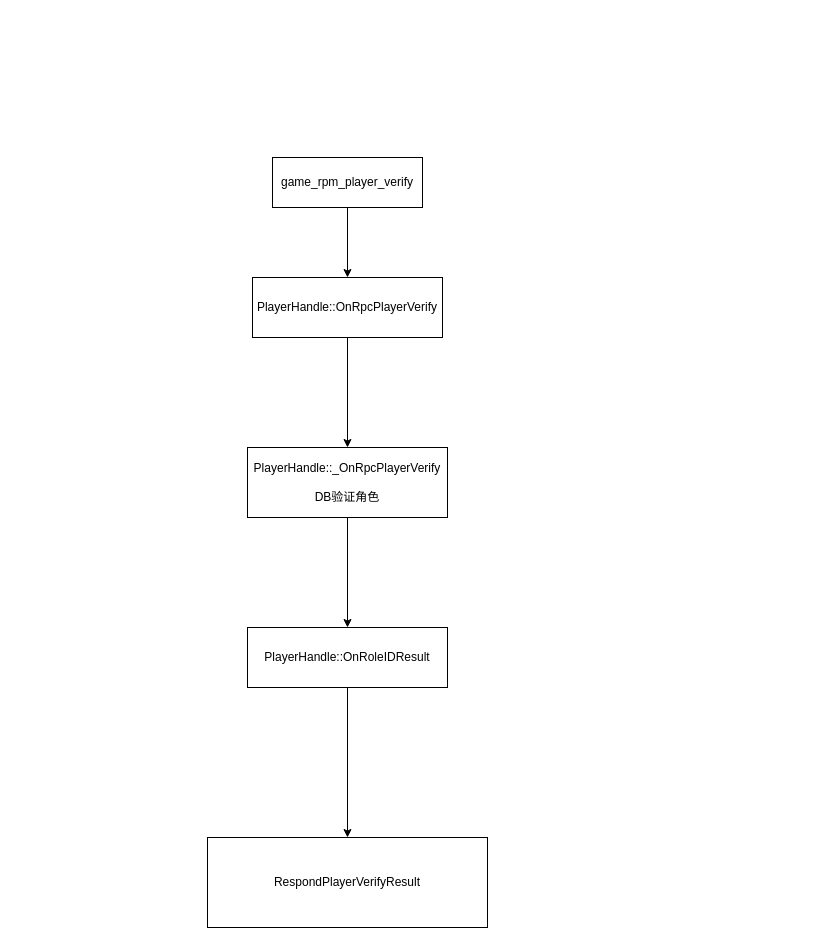
The draw.io diagram page "登录流程" (20 of 20) of FSM ds.drawio in a654889339/Base, before the edit. Source tidied: cells renumbered, new cells numbered last; positions are measured from the earlier drawing's top-left corner, leaving out a move shared by most shapes. Both pictures are drawn from the tidied source at 100%, with x=0, y=0 at pixel (207, 157).
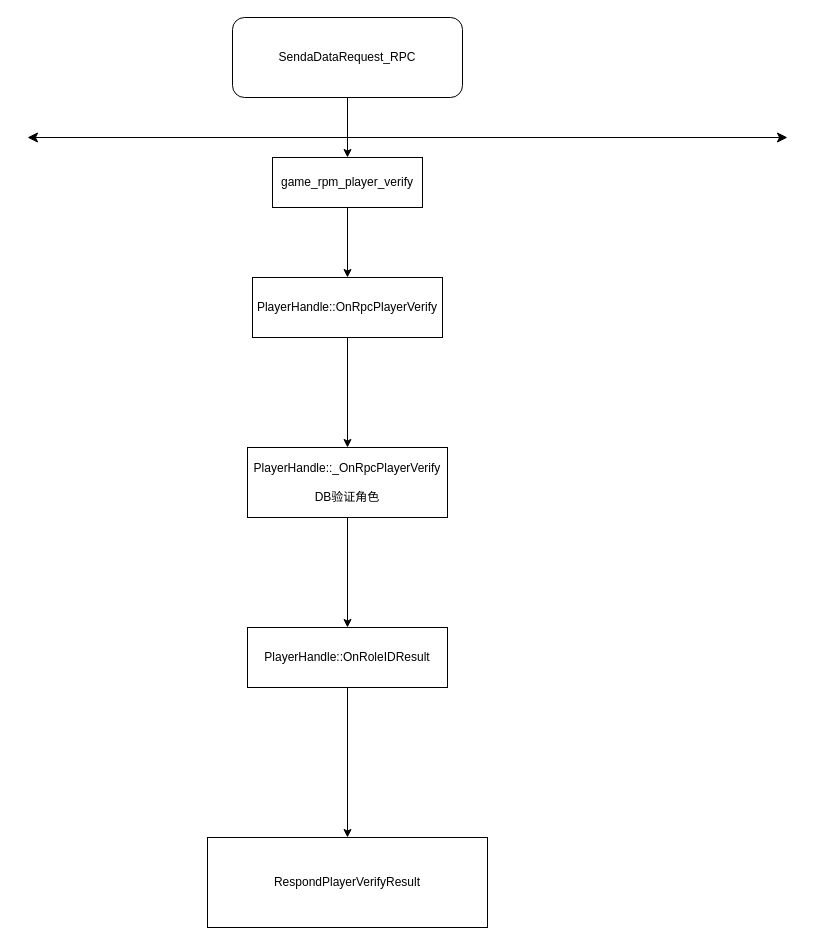
After the change.

What changed in the source:
```diff
@@
 <mxGraphModel>
   <root>
     <mxCell id="0" />
     <mxCell id="1" parent="0" />
     <mxCell id="2" value="RespondPlayerVerifyResult" style="whiteSpace=wrap;" parent="1" vertex="1">
       <mxGeometry y="680" width="280" height="90" as="geometry" />
     </mxCell>
     <mxCell id="3" style="edgeStyle=orthogonalEdgeStyle;rounded=0;jettySize=auto;html=1;" parent="1" edge="1" source="4" target="2">
       <mxGeometry relative="1" as="geometry" />
     </mxCell>
     <mxCell id="4" value="PlayerHandle::OnRoleIDResult" style="whiteSpace=wrap;" parent="1" vertex="1">
       <mxGeometry x="40" y="470" width="200" height="60" as="geometry" />
     </mxCell>
     <mxCell id="5" style="edgeStyle=orthogonalEdgeStyle;rounded=0;jettySize=auto;html=1;" parent="1" edge="1" source="6" target="4">
       <mxGeometry relative="1" as="geometry" />
     </mxCell>
     <mxCell id="6" value="PlayerHandle::_OnRpcPlayerVerify&#10;&#10;DB验证角色" style="whiteSpace=wrap;" parent="1" vertex="1">
       <mxGeometry x="40" y="290" width="200" height="70" as="geometry" />
     </mxCell>
     <mxCell id="7" style="edgeStyle=orthogonalEdgeStyle;rounded=0;jettySize=auto;html=1;" parent="1" edge="1" source="8" target="6">
       <mxGeometry relative="1" as="geometry" />
     </mxCell>
     <mxCell id="8" value="PlayerHandle::OnRpcPlayerVerify" style="whiteSpace=wrap;" parent="1" vertex="1">
       <mxGeometry x="45" y="120" width="190" height="60" as="geometry" />
     </mxCell>
     <mxCell id="9" style="edgeStyle=orthogonalEdgeStyle;rounded=0;jettySize=auto;html=1;" parent="1" edge="1" source="10" target="8">
       <mxGeometry relative="1" as="geometry" />
     </mxCell>
     <mxCell id="10" value="game_rpm_player_verify" style="whiteSpace=wrap;" parent="1" vertex="1">
       <mxGeometry x="65" width="150" height="50" as="geometry" />
     </mxCell>
+    <mxCell id="11" style="edgeStyle=orthogonalEdgeStyle;rounded=0;jettySize=auto;html=1;" parent="1" edge="1" source="12" target="10">
+      <mxGeometry relative="1" as="geometry" />
+    </mxCell>
+    <mxCell id="12" value="SendaDataRequest_RPC" style="rounded=1;whiteSpace=wrap;" parent="1" vertex="1">
+      <mxGeometry x="25" y="-140" width="230" height="80" as="geometry" />
+    </mxCell>
+    <mxCell id="13" style="edgeStyle=none;orthogonalLoop=1;jettySize=auto;html=1;endArrow=classic;startArrow=classic;endSize=8;startSize=8;rounded=0;" parent="1" edge="1">
+      <mxGeometry relative="1" as="geometry">
+        <mxPoint x="-180" y="-20" as="sourcePoint" />
+        <mxPoint x="580" y="-20" as="targetPoint" />
+      </mxGeometry>
+    </mxCell>
   </root>
 </mxGraphModel>
```
